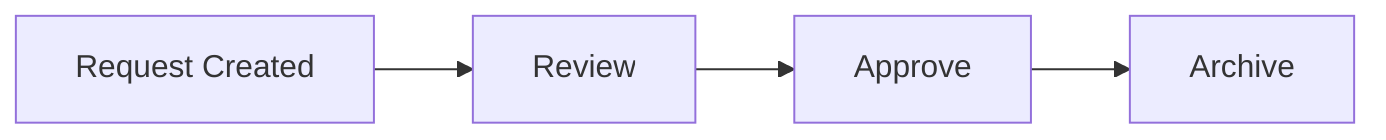
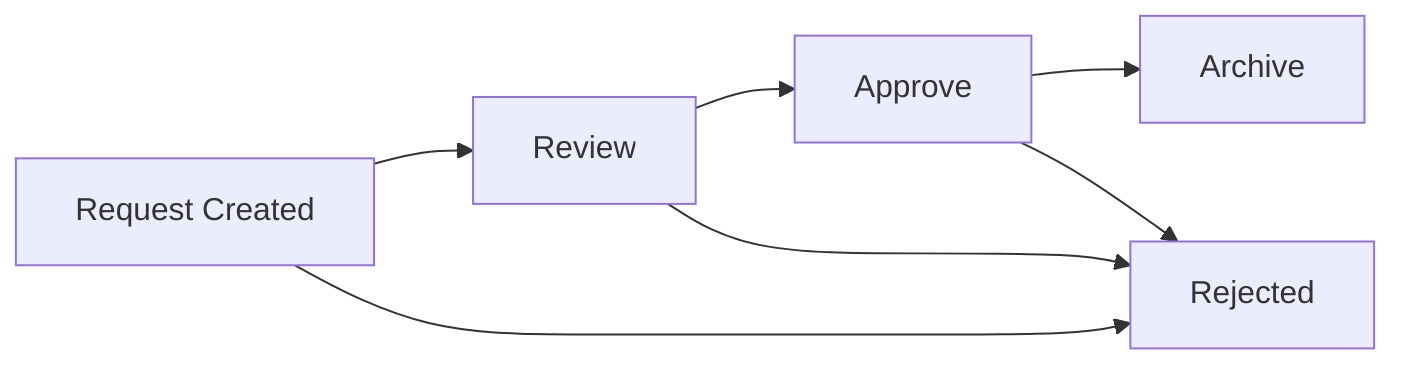
flowchart LR
  A[Request Created] --> B[Review]
  B --> C[Approve]
  C --> D[Archive]
+   A --> E[Rejected]
+   B --> E
+   C --> E

  %% Notes:
-   %% - Only forward transitions are allowed.
-   %% - Archive is a terminal state.
+   %% - Active workflow states can be rejected.
+   %% - Archive and Rejected are terminal states.
